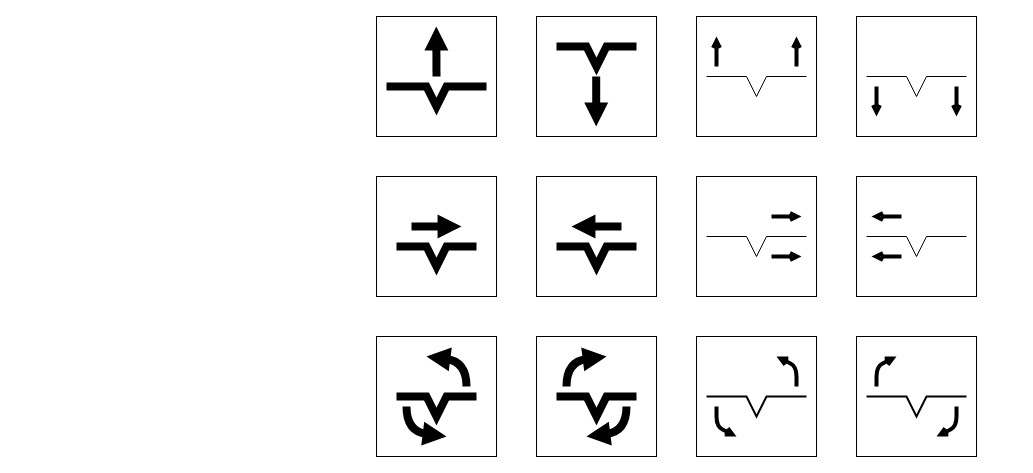
Earlier version of the draw.io diagram src/aeromaze/docs/commands.drawio (boytchev/scorm). Source tidied: cells renumbered, new cells numbered last; positions are measured from the earlier drawing's top-left corner, leaving out a move shared by most shapes. Both pictures are drawn from the tidied source at 100%, with x=0, y=0 at pixel (376, 16). Pictures stored in the file or linked from it are replaced by grey dashed boxes.
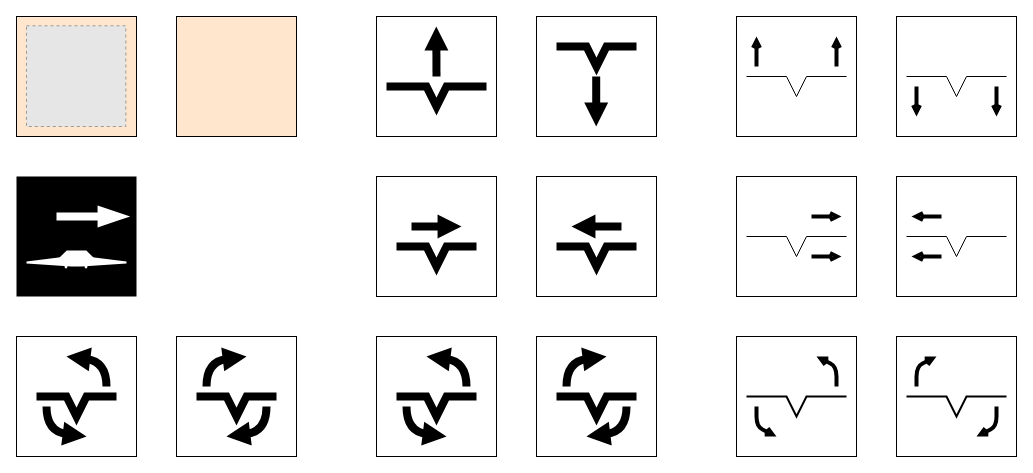
Above is the later version.

What changed in the source:
```diff
@@
+    <mxCell id="46" style="rounded=0;whiteSpace=wrap;html=1;strokeColor=#000000;fillColor=#ffe6cc;" parent="1" vertex="1">
+      <mxGeometry x="-360" width="120" height="120" as="geometry" />
+    </mxCell>
     <mxCell id="2" style="rounded=0;whiteSpace=wrap;html=1;fillColor=none;" parent="1" vertex="1">
-      <mxGeometry x="320" y="320" width="120" height="120" as="geometry" />
+      <mxGeometry x="360" y="320" width="120" height="120" as="geometry" />
     </mxCell>
@@
     <mxCell id="23" style="rounded=0;whiteSpace=wrap;html=1;fillColor=none;" parent="1" vertex="1">
-      <mxGeometry x="320" y="160" width="120" height="120" as="geometry" />
+      <mxGeometry x="360" y="160" width="120" height="120" as="geometry" />
     </mxCell>
     <mxCell id="24" style="rounded=0;whiteSpace=wrap;html=1;fillColor=none;" parent="1" vertex="1">
-      <mxGeometry x="480" y="160" width="120" height="120" as="geometry" />
+      <mxGeometry x="520" y="160" width="120" height="120" as="geometry" />
     </mxCell>
     <mxCell id="25" style="endArrow=none;html=1;rounded=0;endSize=3;strokeWidth=1;" parent="1" edge="1">
       <mxGeometry relative="1" as="geometry">
-        <mxPoint x="330" y="220" as="sourcePoint" />
-        <mxPoint x="430" y="220" as="targetPoint" />
+        <mxPoint x="370" y="220" as="sourcePoint" />
+        <mxPoint x="470" y="220" as="targetPoint" />
         <Array as="points">
-          <mxPoint x="370" y="220" />
-          <mxPoint x="380" y="240" />
-          <mxPoint x="390" y="220" />
+          <mxPoint x="410" y="220" />
+          <mxPoint x="420" y="240" />
+          <mxPoint x="430" y="220" />
         </Array>
       </mxGeometry>
     </mxCell>
     <mxCell id="26" style="endArrow=none;html=1;rounded=0;endSize=3;strokeWidth=1;" parent="1" edge="1">
       <mxGeometry relative="1" as="geometry">
-        <mxPoint x="490" y="220" as="sourcePoint" />
-        <mxPoint x="590" y="220" as="targetPoint" />
+        <mxPoint x="530" y="220" as="sourcePoint" />
+        <mxPoint x="630" y="220" as="targetPoint" />
         <Array as="points">
-          <mxPoint x="530" y="220" />
-          <mxPoint x="540" y="240" />
-          <mxPoint x="550" y="220" />
+          <mxPoint x="570" y="220" />
+          <mxPoint x="580" y="240" />
+          <mxPoint x="590" y="220" />
         </Array>
       </mxGeometry>
     </mxCell>
     <mxCell id="27" style="endArrow=none;html=1;rounded=0;endSize=3;strokeWidth=2;" parent="1" edge="1">
       <mxGeometry relative="1" as="geometry">
-        <mxPoint x="330" y="380" as="sourcePoint" />
-        <mxPoint x="430" y="380" as="targetPoint" />
+        <mxPoint x="370" y="380" as="sourcePoint" />
+        <mxPoint x="470" y="380" as="targetPoint" />
         <Array as="points">
-          <mxPoint x="370" y="380" />
-          <mxPoint x="380" y="400" />
-          <mxPoint x="390" y="380" />
+          <mxPoint x="410" y="380" />
+          <mxPoint x="420" y="400" />
+          <mxPoint x="430" y="380" />
         </Array>
       </mxGeometry>
     </mxCell>
     <mxCell id="28" style="endArrow=open;html=1;rounded=1;endSize=3;strokeWidth=4;endFill=0;" parent="1" edge="1">
       <mxGeometry relative="1" as="geometry">
-        <mxPoint x="525" y="200" as="sourcePoint" />
-        <mxPoint x="495" y="200" as="targetPoint" />
+        <mxPoint x="565" y="200" as="sourcePoint" />
+        <mxPoint x="535" y="200" as="targetPoint" />
       </mxGeometry>
     </mxCell>
     <mxCell id="29" style="endArrow=open;html=1;rounded=1;endSize=3;strokeWidth=4;endFill=0;" parent="1" edge="1">
       <mxGeometry relative="1" as="geometry">
-        <mxPoint x="525" y="240" as="sourcePoint" />
-        <mxPoint x="495" y="240" as="targetPoint" />
+        <mxPoint x="565" y="240" as="sourcePoint" />
+        <mxPoint x="535" y="240" as="targetPoint" />
       </mxGeometry>
     </mxCell>
     <mxCell id="30" style="endArrow=open;html=1;rounded=1;endSize=3;strokeWidth=4;endFill=0;" parent="1" edge="1">
       <mxGeometry relative="1" as="geometry">
-        <mxPoint x="395" y="240" as="sourcePoint" />
-        <mxPoint x="425" y="240" as="targetPoint" />
+        <mxPoint x="435" y="240" as="sourcePoint" />
+        <mxPoint x="465" y="240" as="targetPoint" />
       </mxGeometry>
     </mxCell>
     <mxCell id="31" style="endArrow=open;html=1;rounded=1;endSize=3;strokeWidth=4;endFill=0;" parent="1" edge="1">
       <mxGeometry relative="1" as="geometry">
-        <mxPoint x="395" y="200" as="sourcePoint" />
-        <mxPoint x="425" y="200" as="targetPoint" />
+        <mxPoint x="435" y="200" as="sourcePoint" />
+        <mxPoint x="465" y="200" as="targetPoint" />
       </mxGeometry>
     </mxCell>
     <mxCell id="32" style="rounded=0;whiteSpace=wrap;html=1;fillColor=none;" parent="1" vertex="1">
-      <mxGeometry x="320" width="120" height="120" as="geometry" />
+      <mxGeometry x="360" width="120" height="120" as="geometry" />
     </mxCell>
     <mxCell id="33" style="rounded=0;whiteSpace=wrap;html=1;fillColor=none;" parent="1" vertex="1">
-      <mxGeometry x="480" width="120" height="120" as="geometry" />
+      <mxGeometry x="520" width="120" height="120" as="geometry" />
     </mxCell>
     <mxCell id="34" style="endArrow=none;html=1;rounded=0;endSize=3;strokeWidth=1;" parent="1" edge="1">
       <mxGeometry relative="1" as="geometry">
-        <mxPoint x="330" y="60" as="sourcePoint" />
-        <mxPoint x="430" y="60" as="targetPoint" />
+        <mxPoint x="370" y="60" as="sourcePoint" />
+        <mxPoint x="470" y="60" as="targetPoint" />
         <Array as="points">
-          <mxPoint x="370" y="60" />
-          <mxPoint x="380" y="80" />
-          <mxPoint x="390" y="60" />
+          <mxPoint x="410" y="60" />
+          <mxPoint x="420" y="80" />
+          <mxPoint x="430" y="60" />
         </Array>
       </mxGeometry>
     </mxCell>
     <mxCell id="35" style="endArrow=none;html=1;rounded=0;endSize=3;strokeWidth=1;" parent="1" edge="1">
       <mxGeometry relative="1" as="geometry">
-        <mxPoint x="490" y="60" as="sourcePoint" />
-        <mxPoint x="590" y="60" as="targetPoint" />
+        <mxPoint x="530" y="60" as="sourcePoint" />
+        <mxPoint x="630" y="60" as="targetPoint" />
         <Array as="points">
-          <mxPoint x="530" y="60" />
-          <mxPoint x="540" y="80" />
-          <mxPoint x="550" y="60" />
+          <mxPoint x="570" y="60" />
+          <mxPoint x="580" y="80" />
+          <mxPoint x="590" y="60" />
         </Array>
       </mxGeometry>
     </mxCell>
     <mxCell id="36" style="endArrow=open;html=1;rounded=1;endSize=3;strokeWidth=4;endFill=0;" parent="1" edge="1">
       <mxGeometry relative="1" as="geometry">
-        <mxPoint x="420" y="50" as="sourcePoint" />
-        <mxPoint x="420" y="20" as="targetPoint" />
+        <mxPoint x="460" y="50" as="sourcePoint" />
+        <mxPoint x="460" y="20" as="targetPoint" />
       </mxGeometry>
     </mxCell>
     <mxCell id="37" style="endArrow=open;html=1;rounded=1;endSize=3;strokeWidth=4;endFill=0;" parent="1" edge="1">
       <mxGeometry relative="1" as="geometry">
-        <mxPoint x="500" y="70" as="sourcePoint" />
-        <mxPoint x="500" y="100" as="targetPoint" />
+        <mxPoint x="540" y="70" as="sourcePoint" />
+        <mxPoint x="540" y="100" as="targetPoint" />
       </mxGeometry>
     </mxCell>
     <mxCell id="38" style="endArrow=open;html=1;rounded=1;endSize=3;strokeWidth=4;endFill=0;" parent="1" edge="1">
       <mxGeometry relative="1" as="geometry">
-        <mxPoint x="340" y="50" as="sourcePoint" />
-        <mxPoint x="340" y="20" as="targetPoint" />
+        <mxPoint x="380" y="50" as="sourcePoint" />
+        <mxPoint x="380" y="20" as="targetPoint" />
       </mxGeometry>
     </mxCell>
     <mxCell id="39" style="endArrow=open;html=1;rounded=1;endSize=3;strokeWidth=4;endFill=0;" parent="1" edge="1">
       <mxGeometry relative="1" as="geometry">
-        <mxPoint x="580" y="70" as="sourcePoint" />
-        <mxPoint x="580" y="100" as="targetPoint" />
+        <mxPoint x="620" y="70" as="sourcePoint" />
+        <mxPoint x="620" y="100" as="targetPoint" />
       </mxGeometry>
     </mxCell>
     <mxCell id="40" style="rounded=0;whiteSpace=wrap;html=1;fillColor=none;" parent="1" vertex="1">
-      <mxGeometry x="480" y="320" width="120" height="120" as="geometry" />
+      <mxGeometry x="520" y="320" width="120" height="120" as="geometry" />
     </mxCell>
     <mxCell id="41" style="endArrow=none;html=1;rounded=0;endSize=3;strokeWidth=2;" parent="1" edge="1">
       <mxGeometry relative="1" as="geometry">
-        <mxPoint x="490" y="380" as="sourcePoint" />
-        <mxPoint x="590" y="380" as="targetPoint" />
+        <mxPoint x="530" y="380" as="sourcePoint" />
+        <mxPoint x="630" y="380" as="targetPoint" />
         <Array as="points">
-          <mxPoint x="530" y="380" />
-          <mxPoint x="540" y="400" />
-          <mxPoint x="550" y="380" />
+          <mxPoint x="570" y="380" />
+          <mxPoint x="580" y="400" />
+          <mxPoint x="590" y="380" />
         </Array>
       </mxGeometry>
     </mxCell>
     <mxCell id="42" style="endArrow=open;html=1;rounded=1;endSize=3;strokeWidth=4;endFill=0;" parent="1" edge="1">
       <mxGeometry relative="1" as="geometry">
-        <mxPoint x="420" y="370" as="sourcePoint" />
-        <mxPoint x="400" y="340" as="targetPoint" />
+        <mxPoint x="460" y="370" as="sourcePoint" />
+        <mxPoint x="440" y="340" as="targetPoint" />
         <Array as="points">
-          <mxPoint x="420" y="350" />
+          <mxPoint x="460" y="350" />
         </Array>
       </mxGeometry>
     </mxCell>
     <mxCell id="43" style="endArrow=open;html=1;rounded=1;endSize=3;strokeWidth=4;endFill=0;" parent="1" edge="1">
       <mxGeometry relative="1" as="geometry">
-        <mxPoint x="500" y="370" as="sourcePoint" />
-        <mxPoint x="520" y="340" as="targetPoint" />
+        <mxPoint x="540" y="370" as="sourcePoint" />
+        <mxPoint x="560" y="340" as="targetPoint" />
         <Array as="points">
-          <mxPoint x="500" y="350" />
+          <mxPoint x="540" y="350" />
         </Array>
       </mxGeometry>
     </mxCell>
     <mxCell id="44" style="endArrow=open;html=1;rounded=1;endSize=3;strokeWidth=4;endFill=0;" parent="1" edge="1">
       <mxGeometry relative="1" as="geometry">
-        <mxPoint x="580" y="390" as="sourcePoint" />
-        <mxPoint x="560" y="420" as="targetPoint" />
+        <mxPoint x="620" y="390" as="sourcePoint" />
+        <mxPoint x="600" y="420" as="targetPoint" />
         <Array as="points">
-          <mxPoint x="580" y="410" />
+          <mxPoint x="620" y="410" />
         </Array>
       </mxGeometry>
     </mxCell>
     <mxCell id="45" style="endArrow=open;html=1;rounded=1;endSize=3;strokeWidth=4;endFill=0;" parent="1" edge="1">
       <mxGeometry relative="1" as="geometry">
-        <mxPoint x="340" y="390" as="sourcePoint" />
-        <mxPoint x="360" y="420" as="targetPoint" />
+        <mxPoint x="380" y="390" as="sourcePoint" />
+        <mxPoint x="400" y="420" as="targetPoint" />
         <Array as="points">
-          <mxPoint x="340" y="410" />
+          <mxPoint x="380" y="410" />
         </Array>
       </mxGeometry>
     </mxCell>
+    <mxCell id="47" style="rounded=0;whiteSpace=wrap;html=1;fillColor=none;" parent="1" vertex="1">
+      <mxGeometry x="-360" y="320" width="120" height="120" as="geometry" />
+    </mxCell>
+    <mxCell id="48" style="rounded=0;whiteSpace=wrap;html=1;fillColor=none;" parent="1" vertex="1">
+      <mxGeometry x="-200" y="320" width="120" height="120" as="geometry" />
+    </mxCell>
+    <mxCell id="49" style="endArrow=none;html=1;rounded=0;endSize=3;strokeWidth=8;" parent="1" edge="1">
+      <mxGeometry relative="1" as="geometry">
+        <mxPoint x="-340" y="380" as="sourcePoint" />
+        <mxPoint x="-260" y="380" as="targetPoint" />
+        <Array as="points">
+          <mxPoint x="-310" y="380" />
+          <mxPoint x="-300" y="400" />
+          <mxPoint x="-290" y="380" />
+        </Array>
+      </mxGeometry>
+    </mxCell>
+    <mxCell id="50" style="endArrow=block;html=1;endFill=1;strokeWidth=8;endSize=3;curved=1;" parent="1" edge="1">
+      <mxGeometry relative="1" as="geometry">
+        <mxPoint x="-270" y="370" as="sourcePoint" />
+        <mxPoint x="-310" y="340" as="targetPoint" />
+        <Array as="points">
+          <mxPoint x="-270" y="345" />
+        </Array>
+      </mxGeometry>
+    </mxCell>
+    <mxCell id="51" style="endArrow=block;html=1;endFill=1;strokeWidth=8;endSize=3;curved=1;" parent="1" edge="1">
+      <mxGeometry relative="1" as="geometry">
+        <mxPoint x="-330" y="390" as="sourcePoint" />
+        <mxPoint x="-290" y="420" as="targetPoint" />
+        <Array as="points">
+          <mxPoint x="-330" y="415" />
+        </Array>
+      </mxGeometry>
+    </mxCell>
+    <mxCell id="52" style="endArrow=none;html=1;rounded=0;endSize=3;strokeWidth=8;" parent="1" edge="1">
+      <mxGeometry relative="1" as="geometry">
+        <mxPoint x="-180" y="380" as="sourcePoint" />
+        <mxPoint x="-100" y="380" as="targetPoint" />
+        <Array as="points">
+          <mxPoint x="-150" y="380" />
+          <mxPoint x="-140" y="400" />
+          <mxPoint x="-130" y="380" />
+        </Array>
+      </mxGeometry>
+    </mxCell>
+    <mxCell id="53" style="endArrow=block;html=1;endFill=1;strokeWidth=8;endSize=3;curved=1;" parent="1" edge="1">
+      <mxGeometry relative="1" as="geometry">
+        <mxPoint x="-170" y="370" as="sourcePoint" />
+        <mxPoint x="-130" y="340" as="targetPoint" />
+        <Array as="points">
+          <mxPoint x="-170" y="345" />
+        </Array>
+      </mxGeometry>
+    </mxCell>
+    <mxCell id="54" style="endArrow=block;html=1;endFill=1;strokeWidth=8;endSize=3;curved=1;" parent="1" edge="1">
+      <mxGeometry relative="1" as="geometry">
+        <mxPoint x="-110" y="390" as="sourcePoint" />
+        <mxPoint x="-150" y="420" as="targetPoint" />
+        <Array as="points">
+          <mxPoint x="-110" y="415" />
+        </Array>
+      </mxGeometry>
+    </mxCell>
+    <mxCell id="55" style="group;" parent="1" vertex="1">
+      <mxGeometry x="-190" y="-35" width="100" height="100" as="geometry" />
+    </mxCell>
+    <mxCell id="56" style="verticalLabelPosition=bottom;verticalAlign=top;html=1;shape=mxgraph.basic.polygon;polyCoords=[[0.4,0.6],[0.6,0.6],[1,0.65],[1,0.67],[0.55,0.7],[0.45,0.7],[0,0.67],[0,0.65]];polyline=0;strokeColor=none;fillColor=#FFFFFF;" parent="55" vertex="1">
+      <mxGeometry width="100" height="100" as="geometry" />
+    </mxCell>
+    <mxCell id="57" style="rounded=0;whiteSpace=wrap;html=1;strokeColor=none;fillColor=#000000;" parent="1" vertex="1">
+      <mxGeometry x="-360" y="160" width="120" height="120" as="geometry" />
+    </mxCell>
+    <mxCell id="58" style="endArrow=blockThin;html=1;rounded=0;endFill=1;strokeWidth=8;endSize=8;startArrow=none;startFill=0;startSize=6;strokeColor=#FFFFFF;" parent="1" edge="1">
+      <mxGeometry relative="1" as="geometry">
+        <mxPoint x="-320" y="200" as="sourcePoint" />
+        <mxPoint x="-250" y="200" as="targetPoint" />
+      </mxGeometry>
+    </mxCell>
+    <mxCell id="59" style="group;" parent="1" vertex="1">
+      <mxGeometry x="-350" y="180" width="100" height="100" as="geometry" />
+    </mxCell>
+    <mxCell id="60" style="verticalLabelPosition=bottom;verticalAlign=top;html=1;shape=mxgraph.basic.polygon;polyCoords=[[0.4,0.6],[0.6,0.6],[1,0.65],[1,0.67],[0.55,0.7],[0.45,0.7],[0,0.67],[0,0.65]];polyline=0;strokeColor=none;fillColor=#FFFFFF;" parent="59" vertex="1">
+      <mxGeometry width="100" height="100" as="geometry" />
+    </mxCell>
+    <mxCell id="61" style="shape=trapezoid;perimeter=trapezoidPerimeter;whiteSpace=wrap;html=1;fixedSize=1;strokeColor=none;fillColor=#FFFFFF;size=10.20541268807871;" parent="59" vertex="1">
+      <mxGeometry x="30" y="54" width="40" height="10" as="geometry" />
+    </mxCell>
+    <mxCell id="62" style="ellipse;whiteSpace=wrap;html=1;strokeColor=none;fillColor=#FFFFFF;" parent="59" vertex="1">
+      <mxGeometry x="38" y="66" width="3" height="6" as="geometry" />
+    </mxCell>
+    <mxCell id="63" style="ellipse;whiteSpace=wrap;html=1;strokeColor=none;fillColor=#FFFFFF;" parent="59" vertex="1">
+      <mxGeometry x="58" y="66" width="3" height="6" as="geometry" />
+    </mxCell>
+    <mxCell id="64" style="fillColor=#E6E6E6;strokeColor=#999999;dashed=1;verticalLabelPosition=bottom;labelBackgroundColor=default;verticalAlign=top;" parent="1" vertex="1">
+      <mxGeometry x="-350" y="9.3" width="99.3" height="100.7" as="geometry" />
+    </mxCell>
+    <mxCell id="65" style="rounded=0;whiteSpace=wrap;html=1;strokeColor=#000000;fillColor=#ffe6cc;" parent="1" vertex="1">
+      <mxGeometry x="-200" width="120" height="120" as="geometry" />
+    </mxCell>
```
